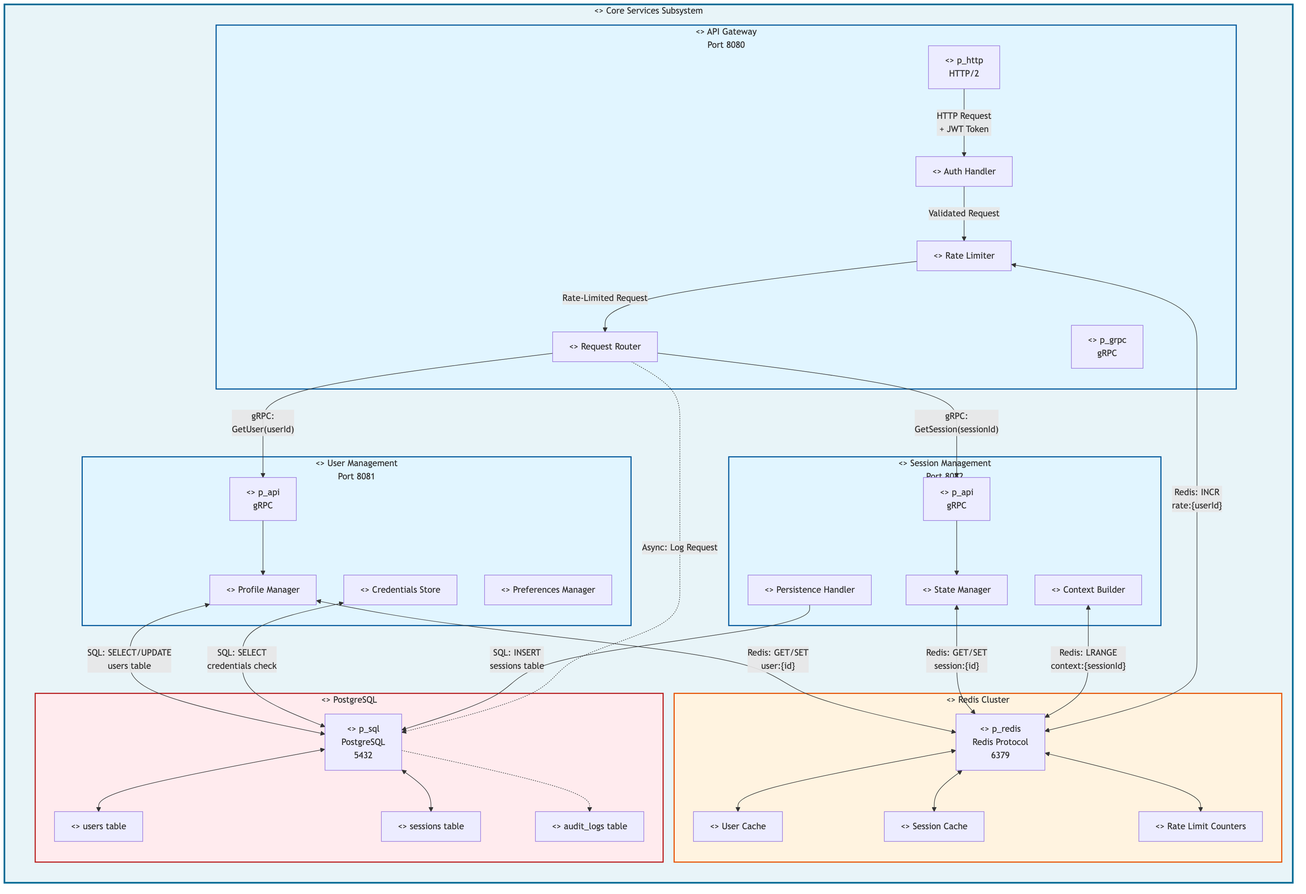
AzamkhonKh/ai_sla_vr keeps this Mermaid diagram as figures/02_structure/level_2/sysml-ibd-02-core-internal.png. Above is the earlier version. Its source is kept beside it as figures/02_structure/level_2/sysml-ibd-02-core-internal.mmd. The source it was exported from:
```mermaid
graph LR
    subgraph CoreServiceBlock["<<part def>> Core Services Subsystem"]
        subgraph Gateway["<<part>> API Gateway<br/>Port 8080"]
            GW_Auth["<<part>> Auth Handler"]
            GW_Rate["<<part>> Rate Limiter"]
            GW_Router["<<part>> Request Router"]

            P_HTTP["<<port>> p_http<br/>HTTP/2"]
            P_GRPC["<<port>> p_grpc<br/>gRPC"]
        end

        subgraph User["<<part>> User Management<br/>Port 8081"]
            U_Profile["<<part>> Profile Manager"]
            U_Auth["<<part>> Credentials Store"]
            U_Prefs["<<part>> Preferences Manager"]

            P_UserAPI["<<port>> p_api<br/>gRPC"]
        end

        subgraph Session["<<part>> Session Management<br/>Port 8082"]
            S_State["<<part>> State Manager"]
            S_Context["<<part>> Context Builder"]
            S_Persist["<<part>> Persistence Handler"]

            P_SessionAPI["<<port>> p_api<br/>gRPC"]
        end

        subgraph Cache["<<part>> Redis Cluster"]
            C_Session["<<part>> Session Cache"]
            C_User["<<part>> User Cache"]
            C_RateLimit["<<part>> Rate Limit Counters"]

            P_Redis["<<port>> p_redis<br/>Redis Protocol<br/>6379"]
        end

        subgraph DB["<<part>> PostgreSQL"]
            DB_Users["<<part>> users table"]
            DB_Sessions["<<part>> sessions table"]
            DB_Logs["<<part>> audit_logs table"]

            P_SQL["<<port>> p_sql<br/>PostgreSQL<br/>5432"]
        end
    end

    P_HTTP -->|"HTTP Request<br/>+ JWT Token"| GW_Auth
    GW_Auth -->|"Validated Request"| GW_Rate
    GW_Rate -->|"Rate-Limited Request"| GW_Router

    GW_Router -->|"gRPC:<br/>GetUser(userId)"| P_UserAPI
    P_UserAPI --> U_Profile

    GW_Router -->|"gRPC:<br/>GetSession(sessionId)"| P_SessionAPI
    P_SessionAPI --> S_State

    U_Profile <-->|"SQL: SELECT/UPDATE<br/>users table"| P_SQL
    P_SQL <--> DB_Users

    U_Profile <-->|"Redis: GET/SET<br/>user:{id}"| P_Redis
    P_Redis <--> C_User

    U_Auth <-->|"SQL: SELECT<br/>credentials check"| P_SQL

    S_State <-->|"Redis: GET/SET<br/>session:{id}"| P_Redis
    P_Redis <--> C_Session

    S_Persist -->|"SQL: INSERT<br/>sessions table"| P_SQL
    P_SQL <--> DB_Sessions

    S_Context <-->|"Redis: LRANGE<br/>context:{sessionId}"| P_Redis

    GW_Rate <-->|"Redis: INCR<br/>rate:{userId}"| P_Redis
    P_Redis <--> C_RateLimit

    GW_Router -.->|"Async: Log Request"| P_SQL
    P_SQL -.-> DB_Logs

    style CoreServiceBlock fill:#e8f4f8,stroke:#006994,stroke-width:3px
    style Gateway fill:#e1f5ff,stroke:#01579b,stroke-width:2px
    style User fill:#e1f5ff,stroke:#01579b,stroke-width:2px
    style Session fill:#e1f5ff,stroke:#01579b,stroke-width:2px
    style Cache fill:#fff3e0,stroke:#e65100,stroke-width:2px
    style DB fill:#ffebee,stroke:#b71c1c,stroke-width:2px
```
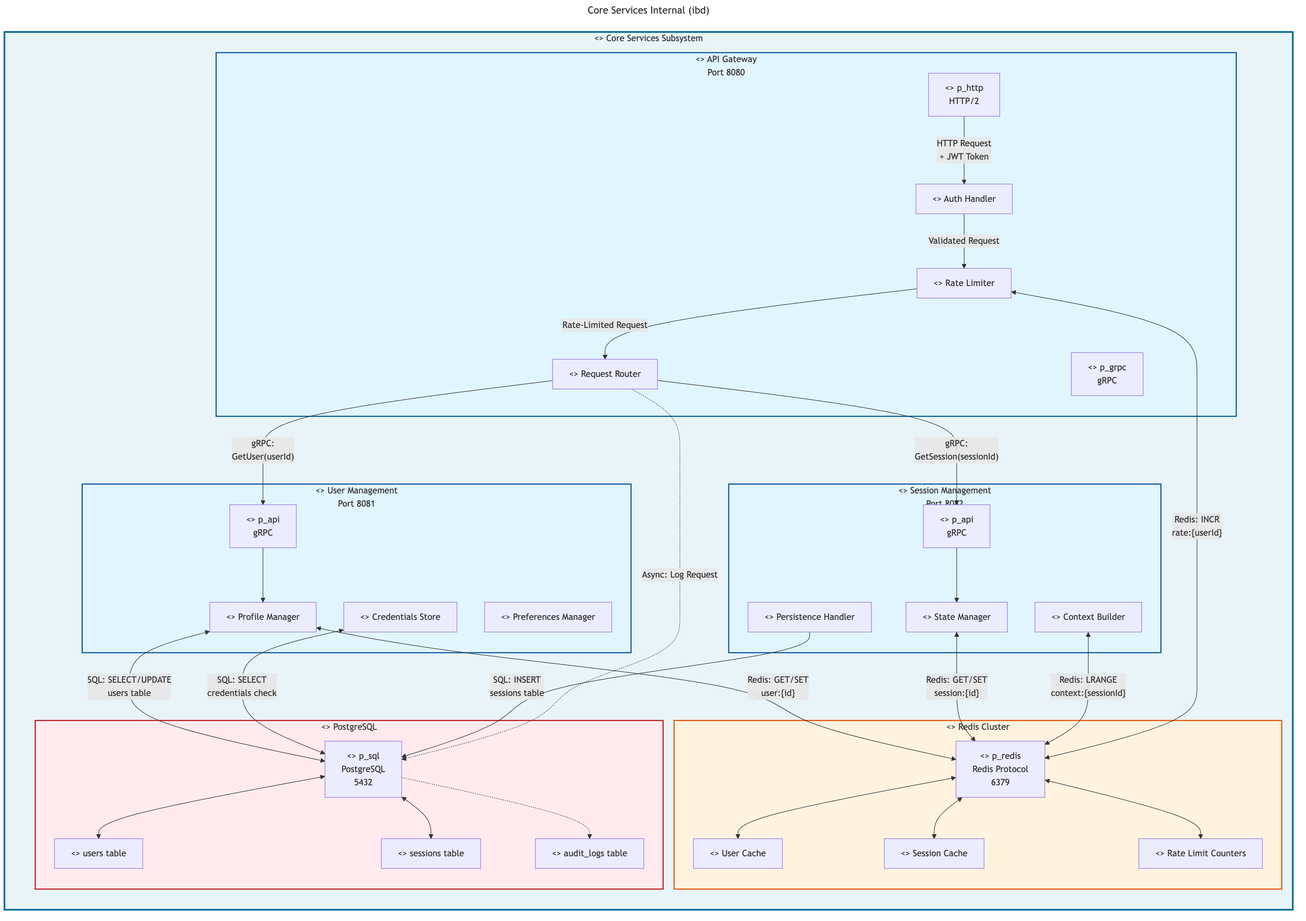
The same diagram one commit later.

Change to the diagram source:
```diff
@@ -1,3 +1,6 @@
+---
+title: Core Services Internal (ibd)
+---
 graph LR
     subgraph CoreServiceBlock["<<part def>> Core Services Subsystem"]
         subgraph Gateway["<<part>> API Gateway<br/>Port 8080"]
```
